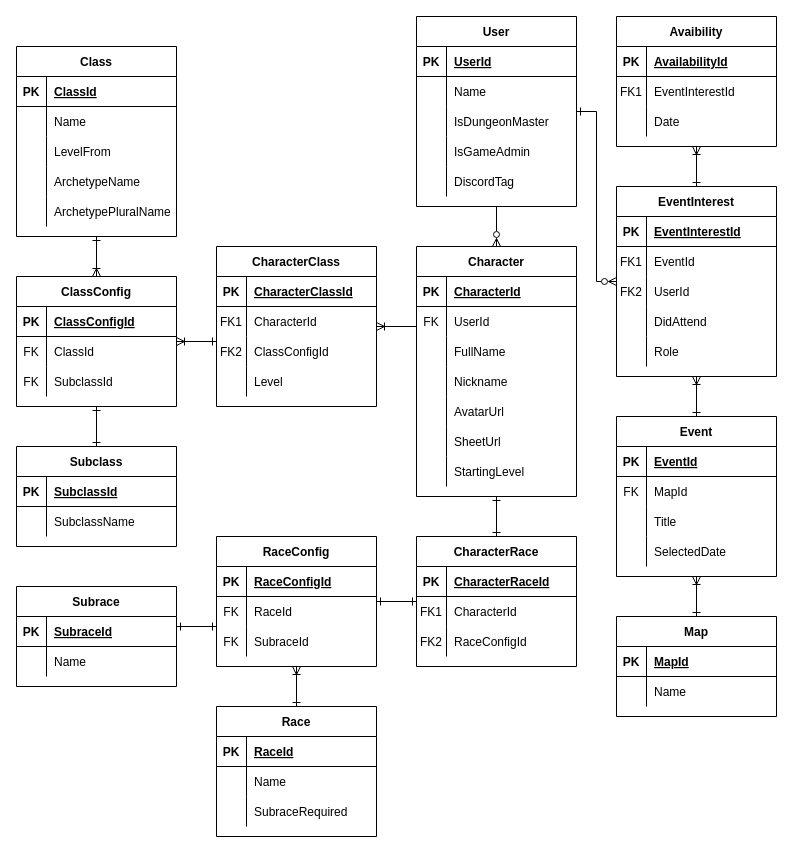
Jackclarke95/into-the-west keeps this draw.io diagram as Documentation/Entity Relationship Diagram.drawio. Above is the earlier version. Source tidied: cells renumbered, new cells numbered last; positions are measured from the earlier drawing's top-left corner, leaving out a move shared by most shapes. Both pictures are drawn from the tidied source at 100%, with x=0, y=0 at pixel (16, 16).
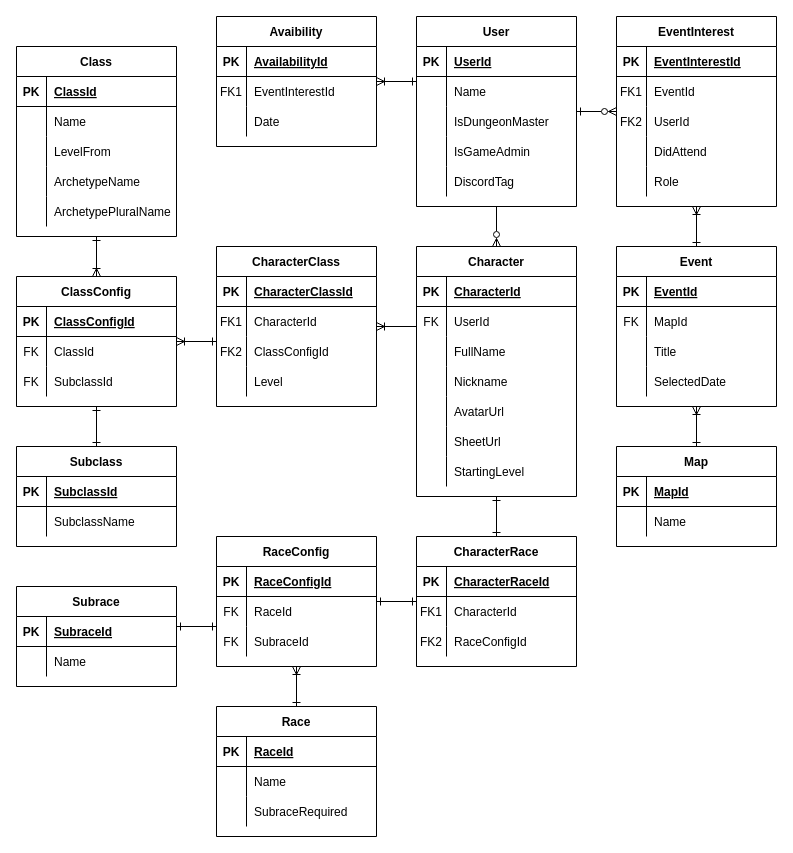
Above is the later version.

Unchanged cells that the change refers to:
```xml
<mxCell id="68" value="User" style="shape=table;startSize=30;childLayout=tableLayout;rowLines=0;fontStyle=1;align=center;strokeColor=default;" parent="1" vertex="1">
  <mxGeometry x="400" width="160" height="190" as="geometry" />
</mxCell>
```

Diff of the diagram source:
```diff
@@
     <mxCell id="26" value="Event" style="shape=table;startSize=30;childLayout=tableLayout;rowLines=0;fontStyle=1;align=center;strokeColor=default;" parent="1" vertex="1">
-      <mxGeometry x="600" y="400" width="160" height="160" as="geometry" />
+      <mxGeometry x="600" y="230" width="160" height="160" as="geometry" />
     </mxCell>
@@
-    <mxCell id="39" style="edgeStyle=elbowEdgeStyle;rounded=0;jettySize=auto;elbow=vertical;html=1;startArrow=ERone;startFill=0;endArrow=ERoneToMany;endFill=0;jumpStyle=arc;" parent="1" edge="1" source="40" target="56">
+    <mxCell id="39" style="edgeStyle=elbowEdgeStyle;rounded=0;jettySize=auto;elbow=vertical;html=1;startArrow=ERone;startFill=0;endArrow=ERoneToMany;endFill=0;jumpStyle=arc;" parent="1" edge="1" source="68" target="56">
       <mxGeometry relative="1" as="geometry" />
     </mxCell>
     <mxCell id="40" value="EventInterest" style="shape=table;startSize=30;childLayout=tableLayout;rowLines=0;fontStyle=1;align=center;strokeColor=default;" parent="1" vertex="1">
-      <mxGeometry x="600" y="170" width="160" height="190" as="geometry" />
+      <mxGeometry x="600" width="160" height="190" as="geometry" />
     </mxCell>
@@
     <mxCell id="56" value="Avaibility" style="shape=table;startSize=30;childLayout=tableLayout;rowLines=0;fontStyle=1;align=center;strokeColor=default;" parent="1" vertex="1">
-      <mxGeometry x="600" width="160" height="130" as="geometry" />
+      <mxGeometry x="200" width="160" height="130" as="geometry" />
     </mxCell>
@@
     <mxCell id="139" value="Map" style="shape=table;startSize=30;childLayout=tableLayout;rowLines=0;fontStyle=1;align=center;strokeColor=default;" parent="1" vertex="1">
-      <mxGeometry x="600" y="600" width="160" height="100" as="geometry" />
+      <mxGeometry x="600" y="430" width="160" height="100" as="geometry" />
     </mxCell>
```
